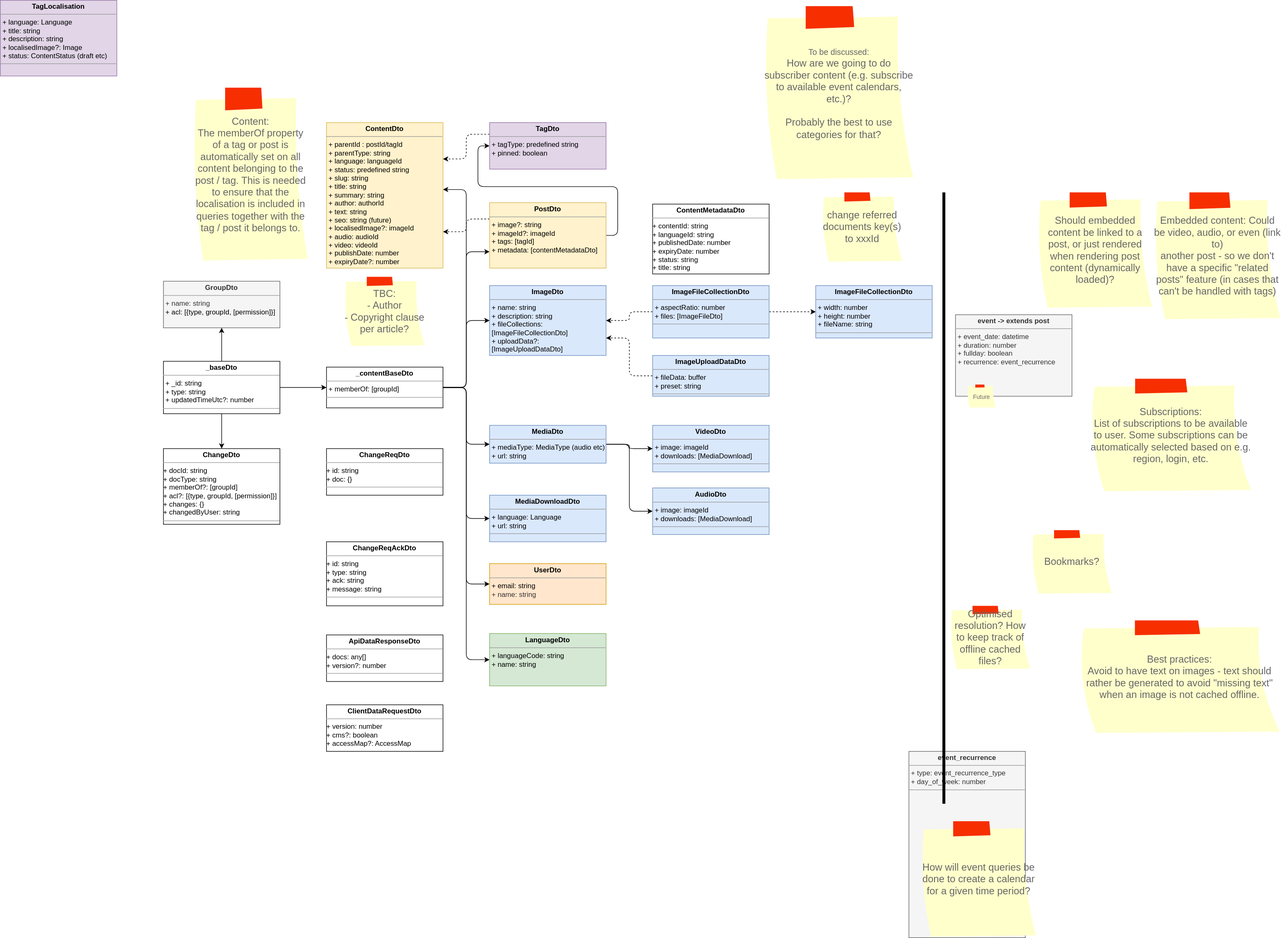
bccsa/luminary keeps this draw.io diagram as docs/datamodel.drawio.svg. Above is the earlier version. Source tidied: cells renumbered, new cells last; positions are measured from the earlier drawing's top-left corner, leaving out a move shared by most shapes.
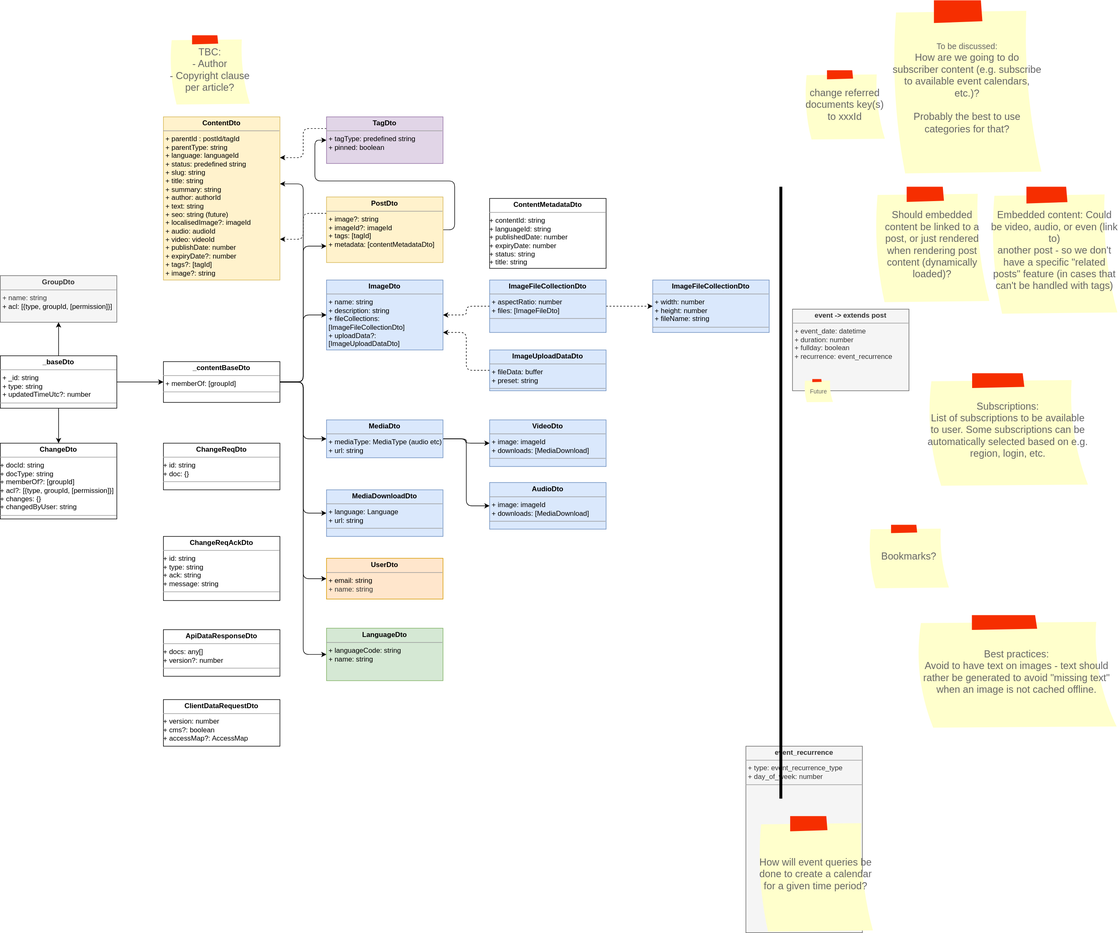
After the commit.

Commit message:
Add queries needed for app home page

The edit, as a diff of the source:
```diff
@@ -2,8 +2,8 @@
   <root>
     <mxCell id="0" />
     <mxCell id="1" parent="0" />
-    <mxCell id="2" value="&lt;p style=&quot;margin:0px;margin-top:4px;text-align:center;&quot;&gt;&lt;b&gt;ContentDto&lt;/b&gt;&lt;/p&gt;&lt;hr size=&quot;1&quot;&gt;&lt;p style=&quot;border-color: var(--border-color); margin: 0px 0px 0px 4px;&quot;&gt;&lt;span style=&quot;border-color: var(--border-color); background-color: initial;&quot;&gt;&lt;/span&gt;&lt;/p&gt;&lt;p style=&quot;border-color: var(--border-color); margin: 0px 0px 0px 4px;&quot;&gt;&lt;span style=&quot;border-color: var(--border-color); background-color: initial;&quot;&gt;+ parentId&lt;/span&gt;&lt;span style=&quot;background-color: initial;&quot;&gt;: postId/tagId&lt;/span&gt;&lt;/p&gt;&lt;p style=&quot;border-color: var(--border-color); margin: 0px 0px 0px 4px;&quot;&gt;&lt;span style=&quot;background-color: initial;&quot;&gt;+ parentType: string&lt;/span&gt;&lt;/p&gt;&lt;p style=&quot;border-color: var(--border-color); margin: 0px 0px 0px 4px;&quot;&gt;&lt;span style=&quot;border-color: var(--border-color); background-color: initial;&quot;&gt;+ language: languageId&lt;/span&gt;&lt;/p&gt;&lt;p style=&quot;border-color: var(--border-color); margin: 0px 0px 0px 4px;&quot;&gt;&lt;span style=&quot;border-color: var(--border-color); background-color: initial;&quot;&gt;+ status: predefined string&lt;br&gt;&lt;/span&gt;&lt;/p&gt;&lt;p style=&quot;border-color: var(--border-color); margin: 0px 0px 0px 4px;&quot;&gt;+ slug: string&lt;/p&gt;&lt;p style=&quot;margin:0px;margin-left:4px;&quot;&gt;+ title: string&lt;/p&gt;&lt;p style=&quot;margin:0px;margin-left:4px;&quot;&gt;+ summary: string&lt;/p&gt;&lt;p style=&quot;margin:0px;margin-left:4px;&quot;&gt;+ author: authorId&lt;br&gt;&lt;/p&gt;&lt;p style=&quot;margin:0px;margin-left:4px;&quot;&gt;+ text: string&lt;/p&gt;&lt;p style=&quot;margin:0px;margin-left:4px;&quot;&gt;+ seo: string (future)&lt;/p&gt;&lt;p style=&quot;margin:0px;margin-left:4px;&quot;&gt;+ localisedImage?: imageId&lt;/p&gt;&lt;p style=&quot;margin:0px;margin-left:4px;&quot;&gt;+ audio: audioId&lt;/p&gt;&lt;p style=&quot;margin:0px;margin-left:4px;&quot;&gt;+ video: videoId&lt;/p&gt;&lt;p style=&quot;border-color: var(--border-color); margin: 0px 0px 0px 4px;&quot;&gt;&lt;span style=&quot;border-color: var(--border-color); background-color: initial;&quot;&gt;+ publishDate: number&lt;/span&gt;&lt;br style=&quot;border-color: var(--border-color);&quot;&gt;&lt;/p&gt;&lt;p style=&quot;border-color: var(--border-color); margin: 0px 0px 0px 4px;&quot;&gt;+ expiryDate?: number&lt;/p&gt;&lt;hr size=&quot;1&quot;&gt;&lt;p style=&quot;margin:0px;margin-left:4px;&quot;&gt;&lt;br&gt;&lt;/p&gt;" style="verticalAlign=top;align=left;overflow=fill;fontSize=12;fontFamily=Helvetica;html=1;whiteSpace=wrap;fillColor=#fff2cc;strokeColor=#d6b656;" parent="1" vertex="1">
-      <mxGeometry x="560" y="210" width="200" height="250" as="geometry" />
+    <mxCell id="2" value="&lt;p style=&quot;margin:0px;margin-top:4px;text-align:center;&quot;&gt;&lt;b&gt;ContentDto&lt;/b&gt;&lt;/p&gt;&lt;hr size=&quot;1&quot;&gt;&lt;p style=&quot;border-color: var(--border-color); margin: 0px 0px 0px 4px;&quot;&gt;&lt;span style=&quot;border-color: var(--border-color); background-color: initial;&quot;&gt;&lt;/span&gt;&lt;/p&gt;&lt;p style=&quot;border-color: var(--border-color); margin: 0px 0px 0px 4px;&quot;&gt;&lt;span style=&quot;border-color: var(--border-color); background-color: initial;&quot;&gt;+ parentId&lt;/span&gt;&lt;span style=&quot;background-color: initial;&quot;&gt;: postId/tagId&lt;/span&gt;&lt;/p&gt;&lt;p style=&quot;border-color: var(--border-color); margin: 0px 0px 0px 4px;&quot;&gt;&lt;span style=&quot;background-color: initial;&quot;&gt;+ parentType: string&lt;/span&gt;&lt;/p&gt;&lt;p style=&quot;border-color: var(--border-color); margin: 0px 0px 0px 4px;&quot;&gt;&lt;span style=&quot;border-color: var(--border-color); background-color: initial;&quot;&gt;+ language: languageId&lt;/span&gt;&lt;/p&gt;&lt;p style=&quot;border-color: var(--border-color); margin: 0px 0px 0px 4px;&quot;&gt;&lt;span style=&quot;border-color: var(--border-color); background-color: initial;&quot;&gt;+ status: predefined string&lt;br&gt;&lt;/span&gt;&lt;/p&gt;&lt;p style=&quot;border-color: var(--border-color); margin: 0px 0px 0px 4px;&quot;&gt;+ slug: string&lt;/p&gt;&lt;p style=&quot;margin:0px;margin-left:4px;&quot;&gt;+ title: string&lt;/p&gt;&lt;p style=&quot;margin:0px;margin-left:4px;&quot;&gt;+ summary: string&lt;/p&gt;&lt;p style=&quot;margin:0px;margin-left:4px;&quot;&gt;+ author: authorId&lt;br&gt;&lt;/p&gt;&lt;p style=&quot;margin:0px;margin-left:4px;&quot;&gt;+ text: string&lt;/p&gt;&lt;p style=&quot;margin:0px;margin-left:4px;&quot;&gt;+ seo: string (future)&lt;/p&gt;&lt;p style=&quot;margin:0px;margin-left:4px;&quot;&gt;+ localisedImage?: imageId&lt;/p&gt;&lt;p style=&quot;margin:0px;margin-left:4px;&quot;&gt;+ audio: audioId&lt;/p&gt;&lt;p style=&quot;margin:0px;margin-left:4px;&quot;&gt;+ video: videoId&lt;/p&gt;&lt;p style=&quot;border-color: var(--border-color); margin: 0px 0px 0px 4px;&quot;&gt;&lt;span style=&quot;border-color: var(--border-color); background-color: initial;&quot;&gt;+ publishDate: number&lt;/span&gt;&lt;br style=&quot;border-color: var(--border-color);&quot;&gt;&lt;/p&gt;&lt;p style=&quot;border-color: var(--border-color); margin: 0px 0px 0px 4px;&quot;&gt;+ expiryDate?: number&lt;/p&gt;&lt;p style=&quot;border-color: var(--border-color); margin: 0px 0px 0px 4px;&quot;&gt;+ tags?: [tagId]&lt;/p&gt;&lt;p style=&quot;border-color: var(--border-color); margin: 0px 0px 0px 4px;&quot;&gt;+ image?: string&lt;/p&gt;&lt;p style=&quot;border-color: var(--border-color); margin: 0px 0px 0px 4px;&quot;&gt;&lt;br&gt;&lt;/p&gt;&lt;hr size=&quot;1&quot;&gt;&lt;p style=&quot;margin:0px;margin-left:4px;&quot;&gt;&lt;br&gt;&lt;/p&gt;" style="verticalAlign=top;align=left;overflow=fill;fontSize=12;fontFamily=Helvetica;html=1;whiteSpace=wrap;fillColor=#fff2cc;strokeColor=#d6b656;" parent="1" vertex="1">
+      <mxGeometry x="560" y="210" width="200" height="280" as="geometry" />
     </mxCell>
     <mxCell id="3" style="edgeStyle=orthogonalEdgeStyle;rounded=1;jettySize=auto;html=1;exitX=1;exitY=0.5;exitDx=0;exitDy=0;entryX=0;entryY=0.75;entryDx=0;entryDy=0;curved=0;" parent="1" edge="1" source="41" target="22">
       <mxGeometry relative="1" as="geometry" />
@@ -53,9 +53,6 @@
     <mxCell id="16" value="Should embedded content be linked to a post, or just rendered when rendering post content (dynamically loaded)?" style="strokeWidth=1;shadow=0;dashed=0;align=center;html=1;shape=mxgraph.mockup.text.stickyNote2;fontColor=#666666;mainText=;fontSize=17;whiteSpace=wrap;fillColor=#ffffcc;strokeColor=#F62E00;" parent="1" vertex="1">
       <mxGeometry x="1780" y="330" width="200" height="200" as="geometry" />
     </mxCell>
-    <mxCell id="17" value="Optimised resolution? How to keep track of offline cached files?" style="strokeWidth=1;shadow=0;dashed=0;align=center;html=1;shape=mxgraph.mockup.text.stickyNote2;fontColor=#666666;mainText=;fontSize=17;whiteSpace=wrap;fillColor=#ffffcc;strokeColor=#F62E00;" parent="1" vertex="1">
-      <mxGeometry x="1630" y="1040" width="140" height="110" as="geometry" />
-    </mxCell>
     <mxCell id="18" value="Bookmarks?" style="strokeWidth=1;shadow=0;dashed=0;align=center;html=1;shape=mxgraph.mockup.text.stickyNote2;fontColor=#666666;mainText=;fontSize=17;whiteSpace=wrap;fillColor=#ffffcc;strokeColor=#F62E00;" parent="1" vertex="1">
       <mxGeometry x="1770" y="910" width="140" height="110" as="geometry" />
     </mxCell>
@@ -108,9 +105,6 @@
     <mxCell id="32" value="&lt;p style=&quot;margin:0px;margin-top:4px;text-align:center;&quot;&gt;&lt;b&gt;UserDto&lt;/b&gt;&lt;/p&gt;&lt;hr size=&quot;1&quot;&gt;&lt;p style=&quot;margin:0px;margin-left:4px;&quot;&gt;&lt;span style=&quot;background-color: initial;&quot;&gt;+ email: string&lt;/span&gt;&lt;/p&gt;&lt;p style=&quot;margin:0px;margin-left:4px;&quot;&gt;&lt;span style=&quot;color: rgb(51, 51, 51);&quot;&gt;+ name: string&lt;/span&gt;&lt;span style=&quot;background-color: initial;&quot;&gt;&lt;br&gt;&lt;/span&gt;&lt;/p&gt;" style="verticalAlign=top;align=left;overflow=fill;fontSize=12;fontFamily=Helvetica;html=1;whiteSpace=wrap;fillColor=#ffe6cc;strokeColor=#d79b00;" parent="1" vertex="1">
       <mxGeometry x="840" y="967.5" width="200" height="70" as="geometry" />
     </mxCell>
-    <mxCell id="33" value="&lt;p style=&quot;margin:0px;margin-top:4px;text-align:center;&quot;&gt;&lt;b&gt;TagLocalisation&lt;/b&gt;&lt;/p&gt;&lt;hr size=&quot;1&quot;&gt;&lt;p style=&quot;border-color: var(--border-color); margin: 0px 0px 0px 4px;&quot;&gt;&lt;span style=&quot;background-color: initial;&quot;&gt;+ language: Language&lt;/span&gt;&lt;br&gt;&lt;/p&gt;&lt;p style=&quot;margin:0px;margin-left:4px;&quot;&gt;+ title: string&lt;/p&gt;&lt;p style=&quot;margin:0px;margin-left:4px;&quot;&gt;+ description: string&lt;/p&gt;&lt;p style=&quot;margin:0px;margin-left:4px;&quot;&gt;&lt;span style=&quot;background-color: initial;&quot;&gt;+ localisedImage?: Image&lt;/span&gt;&lt;br&gt;&lt;/p&gt;&lt;p style=&quot;margin:0px;margin-left:4px;&quot;&gt;&lt;span style=&quot;background-color: initial;&quot;&gt;+ status: ContentStatus (draft etc)&lt;/span&gt;&lt;/p&gt;&lt;hr size=&quot;1&quot;&gt;&lt;p style=&quot;margin:0px;margin-left:4px;&quot;&gt;&lt;br&gt;&lt;/p&gt;" style="verticalAlign=top;align=left;overflow=fill;fontSize=12;fontFamily=Helvetica;html=1;whiteSpace=wrap;fillColor=#e1d5e7;strokeColor=#9673a6;" parent="1" vertex="1">
-      <mxGeometry width="200" height="130" as="geometry" />
-    </mxCell>
     <mxCell id="34" value="&lt;p style=&quot;margin:0px;margin-top:4px;text-align:center;&quot;&gt;&lt;b&gt;GroupDto&lt;/b&gt;&lt;/p&gt;&lt;hr size=&quot;1&quot;&gt;&lt;p style=&quot;margin:0px;margin-left:4px;&quot;&gt;+ name: string&lt;/p&gt;&lt;p style=&quot;margin:0px;margin-left:4px;&quot;&gt;&lt;span style=&quot;color: rgb(0, 0, 0);&quot;&gt;+ acl: [{type, groupId, [permission]}]&lt;/span&gt;&lt;/p&gt;&lt;span style=&quot;color: rgb(0, 0, 0);&quot;&gt;&lt;br&gt;&lt;/span&gt;" style="verticalAlign=top;align=left;overflow=fill;fontSize=12;fontFamily=Helvetica;html=1;whiteSpace=wrap;fillColor=#f5f5f5;fontColor=#333333;strokeColor=#666666;" parent="1" vertex="1">
       <mxGeometry x="280" y="482.5" width="200" height="80" as="geometry" />
     </mxCell>
@@ -133,14 +127,11 @@
       <mxGeometry x="280" y="770" width="200" height="130" as="geometry" />
     </mxCell>
     <mxCell id="40" value="&lt;span style=&quot;font-size: 14px;&quot;&gt;To be discussed:&lt;br&gt;&lt;/span&gt;How are we going to do subscriber content (e.g. subscribe to available event calendars, etc.)?&lt;br&gt;&lt;br&gt;Probably the best to use categories for that?" style="strokeWidth=1;shadow=0;dashed=0;align=center;html=1;shape=mxgraph.mockup.text.stickyNote2;fontColor=#666666;mainText=;fontSize=17;whiteSpace=wrap;fillColor=#ffffcc;strokeColor=#F62E00;" parent="1" vertex="1">
-      <mxGeometry x="1310" y="10" width="260" height="300" as="geometry" />
+      <mxGeometry x="1810" y="10" width="260" height="300" as="geometry" />
     </mxCell>
     <mxCell id="41" value="&lt;p style=&quot;margin:0px;margin-top:4px;text-align:center;&quot;&gt;&lt;b&gt;_contentBaseDto&lt;/b&gt;&lt;/p&gt;&lt;hr size=&quot;1&quot;&gt;&lt;p style=&quot;margin:0px;margin-left:4px;&quot;&gt;&lt;span style=&quot;background-color: initial;&quot;&gt;+ memberOf: [groupId]&lt;/span&gt;&lt;br&gt;&lt;/p&gt;&lt;hr size=&quot;1&quot;&gt;&lt;p style=&quot;margin:0px;margin-left:4px;&quot;&gt;&lt;br&gt;&lt;/p&gt;" style="verticalAlign=top;align=left;overflow=fill;fontSize=12;fontFamily=Helvetica;html=1;whiteSpace=wrap;" parent="1" vertex="1">
       <mxGeometry x="560" y="630" width="200" height="70" as="geometry" />
     </mxCell>
-    <mxCell id="42" value="Content:&lt;br&gt;The memberOf property of a tag or post is automatically set on all content belonging to the post / tag. This is needed to ensure that the localisation is included in queries together with the tag / post it belongs to." style="strokeWidth=1;shadow=0;dashed=0;align=center;html=1;shape=mxgraph.mockup.text.stickyNote2;fontColor=#666666;mainText=;fontSize=17;whiteSpace=wrap;fillColor=#ffffcc;strokeColor=#F62E00;" parent="1" vertex="1">
-      <mxGeometry x="330" y="150" width="200" height="300" as="geometry" />
-    </mxCell>
     <mxCell id="43" style="edgeStyle=orthogonalEdgeStyle;html=1;exitX=1;exitY=0.5;exitDx=0;exitDy=0;entryX=0;entryY=0.5;entryDx=0;entryDy=0;fontColor=#FF0000;" parent="1" edge="1" source="44" target="41">
       <mxGeometry relative="1" as="geometry" />
     </mxCell>
@@ -148,10 +139,10 @@
       <mxGeometry x="280" y="620" width="200" height="90" as="geometry" />
     </mxCell>
     <mxCell id="45" value="TBC:&lt;br&gt;- Author&lt;br&gt;- Copyright clause per article?" style="strokeWidth=1;shadow=0;dashed=0;align=center;html=1;shape=mxgraph.mockup.text.stickyNote2;fontColor=#666666;mainText=;fontSize=17;whiteSpace=wrap;fillColor=#ffffcc;strokeColor=#F62E00;" parent="1" vertex="1">
-      <mxGeometry x="590" y="475" width="140" height="120" as="geometry" />
+      <mxGeometry x="570" y="70" width="140" height="120" as="geometry" />
     </mxCell>
     <mxCell id="46" value="change referred documents key(s) to xxxId" style="strokeWidth=1;shadow=0;dashed=0;align=center;html=1;shape=mxgraph.mockup.text.stickyNote2;fontColor=#666666;mainText=;fontSize=17;whiteSpace=wrap;fillColor=#ffffcc;strokeColor=#F62E00;" parent="1" vertex="1">
-      <mxGeometry x="1410" y="330" width="140" height="120" as="geometry" />
+      <mxGeometry x="1660" y="130" width="140" height="120" as="geometry" />
     </mxCell>
     <mxCell id="47" value="&lt;p style=&quot;margin:0px;margin-top:4px;text-align:center;&quot;&gt;&lt;b&gt;ChangeReqDto&lt;/b&gt;&lt;/p&gt;&lt;hr size=&quot;1&quot;&gt;&amp;nbsp;+ id: string&lt;br&gt;&amp;nbsp;+ doc: {}&lt;br&gt;&lt;hr size=&quot;1&quot;&gt;&lt;p style=&quot;margin:0px;margin-left:4px;&quot;&gt;&lt;br&gt;&lt;/p&gt;" style="verticalAlign=top;align=left;overflow=fill;fontSize=12;fontFamily=Helvetica;html=1;whiteSpace=wrap;" parent="1" vertex="1">
       <mxGeometry x="560" y="770" width="200" height="80" as="geometry" />
```
